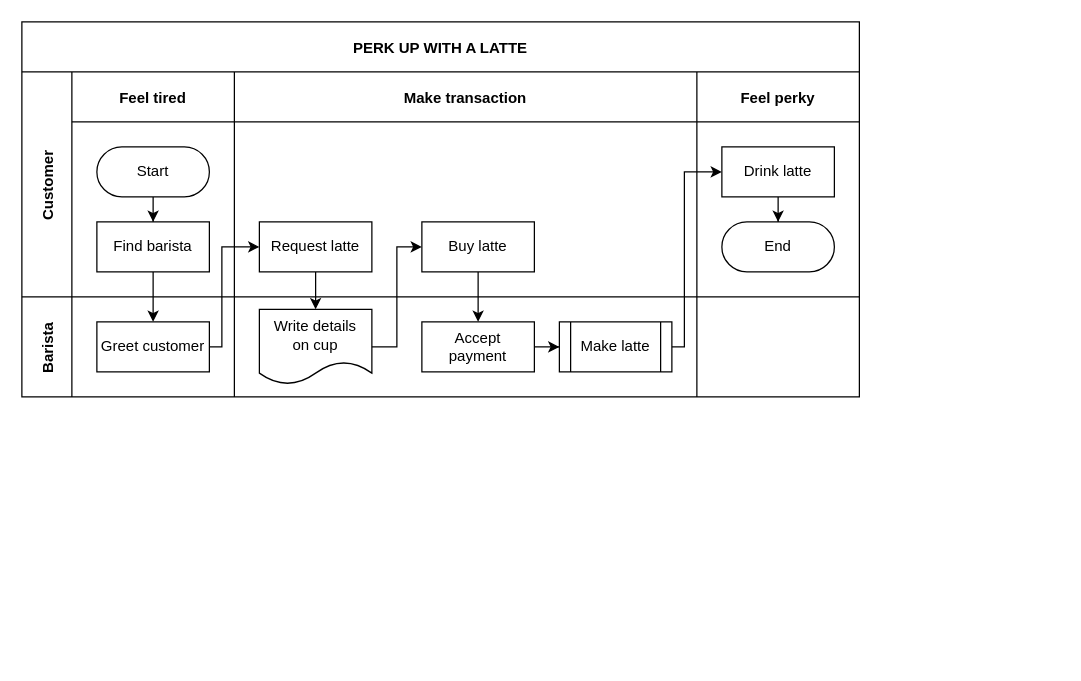
Above: wisdom-functions.drawio in joywt/drowin-folder (draw.io), before the change. Source tidied: cells renumbered, new cells numbered last; positions are measured from the earlier drawing's top-left corner, leaving out a move shared by most shapes. Both pictures are drawn from the tidied source at 125%, with x=0, y=0 at pixel (21, 21).
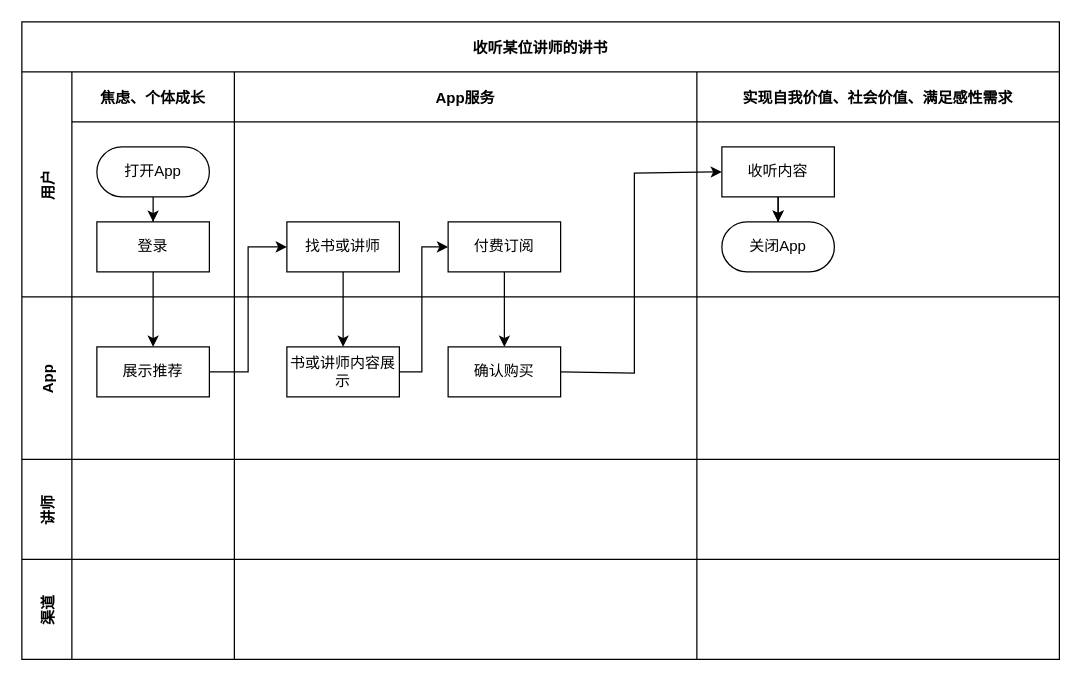
The same diagram, later.

Unchanged cells that the change refers to:
```xml
<mxCell id="17" style="swimlane;swimlaneHead=0;swimlaneBody=0;fillColor=none;startSize=0;fontStyle=1;" parent="16" vertex="1">
  <mxGeometry x="40" width="130" height="80" as="geometry" />
</mxCell>
<mxCell id="19" style="swimlane;swimlaneHead=0;swimlaneBody=0;fillColor=none;startSize=0;fontStyle=1;" parent="16" vertex="1">
  <mxGeometry x="170" width="370" height="80" as="geometry" />
</mxCell>
```

Diff of the diagram source:
```diff
@@
-    <mxCell id="2" value="PERK UP WITH A LATTE" style="shape=table;childLayout=tableLayout;startSize=40;fillColor=none;fontStyle=1;" parent="1" vertex="1">
-      <mxGeometry width="670" height="300" as="geometry" />
+    <mxCell id="2" value="收听某位讲师的讲书" style="shape=table;childLayout=tableLayout;startSize=40;fillColor=none;fontStyle=1;" parent="1" vertex="1">
+      <mxGeometry width="830" height="510" as="geometry" />
     </mxCell>
@@
-    <mxCell id="4" value="Customer" style="shape=tableRow;horizontal=0;swimlaneHead=0;swimlaneBody=0;top=0;left=0;bottom=0;right=0;fillColor=none;startSize=40;fontStyle=1;" parent="2" vertex="1">
-      <mxGeometry y="40" width="670" height="180" as="geometry" />
+    <mxCell id="4" value="用户" style="shape=tableRow;horizontal=0;swimlaneHead=0;swimlaneBody=0;top=0;left=0;bottom=0;right=0;fillColor=none;startSize=40;fontStyle=1;" parent="2" vertex="1">
+      <mxGeometry y="40" width="830" height="180" as="geometry" />
     </mxCell>
-    <mxCell id="5" value="Feel tired" style="swimlane;swimlaneHead=0;swimlaneBody=0;fillColor=none;startSize=40;fontStyle=1;" parent="4" vertex="1">
+    <mxCell id="5" value="焦虑、个体成长" style="swimlane;swimlaneHead=0;swimlaneBody=0;fillColor=none;startSize=40;fontStyle=1;" parent="4" vertex="1">
       <mxGeometry x="40" width="130" height="180" as="geometry" />
     </mxCell>
@@
-    <mxCell id="7" value="Start" style="rounded=1;whiteSpace=wrap;html=1;arcSize=50;" parent="5" vertex="1">
+    <mxCell id="7" value="打开App" style="rounded=1;whiteSpace=wrap;html=1;arcSize=50;" parent="5" vertex="1">
       <mxGeometry x="20" y="60" width="90" height="40" as="geometry" />
     </mxCell>
-    <mxCell id="8" value="Find barista" style="rounded=0;whiteSpace=wrap;html=1;" parent="5" vertex="1">
+    <mxCell id="8" value="登录" style="rounded=0;whiteSpace=wrap;html=1;" parent="5" vertex="1">
       <mxGeometry x="20" y="120" width="90" height="40" as="geometry" />
     </mxCell>
-    <mxCell id="9" value="Make transaction" style="swimlane;swimlaneHead=0;swimlaneBody=0;fillColor=none;startSize=40;fontStyle=1;" parent="4" vertex="1">
+    <mxCell id="9" value="App服务" style="swimlane;swimlaneHead=0;swimlaneBody=0;fillColor=none;startSize=40;fontStyle=1;" parent="4" vertex="1">
       <mxGeometry x="170" width="370" height="180" as="geometry" />
     </mxCell>
-    <mxCell id="10" value="Request latte" style="rounded=0;whiteSpace=wrap;html=1;" parent="9" vertex="1">
-      <mxGeometry x="20" y="120" width="90" height="40" as="geometry" />
+    <mxCell id="10" value="找书或讲师" style="rounded=0;whiteSpace=wrap;html=1;" parent="9" vertex="1">
+      <mxGeometry x="42" y="120" width="90" height="40" as="geometry" />
     </mxCell>
-    <mxCell id="11" value="Buy latte" style="rounded=0;whiteSpace=wrap;html=1;" parent="9" vertex="1">
-      <mxGeometry x="150" y="120" width="90" height="40" as="geometry" />
+    <mxCell id="11" value="付费订阅" style="rounded=0;whiteSpace=wrap;html=1;" parent="9" vertex="1">
+      <mxGeometry x="171" y="120" width="90" height="40" as="geometry" />
     </mxCell>
-    <mxCell id="12" value="Feel perky" style="swimlane;swimlaneHead=0;swimlaneBody=0;fillColor=none;startSize=40;fontStyle=1;" parent="4" vertex="1">
-      <mxGeometry x="540" width="130" height="180" as="geometry" />
+    <mxCell id="12" value="实现自我价值、社会价值、满足感性需求" style="swimlane;swimlaneHead=0;swimlaneBody=0;fillColor=none;startSize=40;fontStyle=1;" parent="4" vertex="1">
+      <mxGeometry x="540" width="290" height="180" as="geometry" />
     </mxCell>
@@
+    <mxCell id="30" style="edgeStyle=orthogonalEdgeStyle;rounded=0;jettySize=auto;html=1;" parent="12" edge="1" source="14" target="15">
+      <mxGeometry relative="1" as="geometry" />
+    </mxCell>
-    <mxCell id="14" value="Drink latte" style="rounded=0;whiteSpace=wrap;html=1;" parent="12" vertex="1">
+    <mxCell id="14" value="收听内容" style="rounded=0;whiteSpace=wrap;html=1;" parent="12" vertex="1">
       <mxGeometry x="20" y="60" width="90" height="40" as="geometry" />
     </mxCell>
-    <mxCell id="15" value="End" style="rounded=1;whiteSpace=wrap;html=1;arcSize=50;" parent="12" vertex="1">
+    <mxCell id="15" value="关闭App" style="rounded=1;whiteSpace=wrap;html=1;arcSize=50;" parent="12" vertex="1">
       <mxGeometry x="20" y="120" width="90" height="40" as="geometry" />
     </mxCell>
+    <mxCell id="31" value="App" style="shape=tableRow;horizontal=0;swimlaneHead=0;swimlaneBody=0;top=0;left=0;bottom=0;right=0;fillColor=none;startSize=40;fontStyle=1;" parent="2" vertex="1">
+      <mxGeometry y="220" width="830" height="130" as="geometry" />
+    </mxCell>
+    <mxCell id="32" style="swimlane;swimlaneHead=0;swimlaneBody=0;fillColor=none;startSize=0;fontStyle=1;" parent="31" vertex="1">
+      <mxGeometry x="40" width="130" height="130" as="geometry" />
+    </mxCell>
+    <mxCell id="18" value="展示推荐" style="rounded=0;whiteSpace=wrap;html=1;" parent="32" vertex="1">
+      <mxGeometry x="20" y="40" width="90" height="40" as="geometry" />
+    </mxCell>
+    <mxCell id="33" style="swimlane;swimlaneHead=0;swimlaneBody=0;fillColor=none;startSize=0;fontStyle=1;" parent="31" vertex="1">
+      <mxGeometry x="170" width="370" height="130" as="geometry" />
+    </mxCell>
+    <mxCell id="34" value="书或讲师内容展示" style="whiteSpace=wrap;html=1;rounded=0;" parent="33" vertex="1">
+      <mxGeometry x="42" y="40" width="90" height="40" as="geometry" />
+    </mxCell>
+    <mxCell id="35" style="swimlane;swimlaneHead=0;swimlaneBody=0;fillColor=none;startSize=0;fontStyle=1;" parent="31" vertex="1">
+      <mxGeometry x="540" width="290" height="130" as="geometry" />
+    </mxCell>
-    <mxCell id="16" value="Barista" style="shape=tableRow;horizontal=0;swimlaneHead=0;swimlaneBody=0;top=0;left=0;bottom=0;right=0;fillColor=none;startSize=40;fontStyle=1;" parent="2" vertex="1">
-      <mxGeometry y="220" width="670" height="80" as="geometry" />
+    <mxCell id="16" value="讲师" style="shape=tableRow;horizontal=0;swimlaneHead=0;swimlaneBody=0;top=0;left=0;bottom=0;right=0;fillColor=none;startSize=40;fontStyle=1;" parent="2" vertex="1">
+      <mxGeometry y="350" width="830" height="80" as="geometry" />
     </mxCell>
@@
-    <mxCell id="18" value="Greet customer" style="rounded=0;whiteSpace=wrap;html=1;" parent="17" vertex="1">
-      <mxGeometry x="20" y="20" width="90" height="40" as="geometry" />
-    </mxCell>
@@
-    <mxCell id="20" style="edgeStyle=orthogonalEdgeStyle;rounded=0;jettySize=auto;html=1;" parent="19" edge="1" source="21" target="23">
-      <mxGeometry relative="1" as="geometry" />
-    </mxCell>
-    <mxCell id="21" value="Accept&lt;br&gt;payment" style="rounded=0;whiteSpace=wrap;html=1;" parent="19" vertex="1">
-      <mxGeometry x="150" y="20" width="90" height="40" as="geometry" />
+    <mxCell id="21" value="确认购买" style="rounded=0;whiteSpace=wrap;html=1;" parent="19" vertex="1">
+      <mxGeometry x="171" y="-90" width="90" height="40" as="geometry" />
     </mxCell>
-    <mxCell id="22" value="Write details&lt;br&gt;on cup" style="shape=document;whiteSpace=wrap;html=1;boundedLbl=1;" parent="19" vertex="1">
-      <mxGeometry x="20" y="10" width="90" height="60" as="geometry" />
-    </mxCell>
-    <mxCell id="23" value="Make latte" style="shape=process;whiteSpace=wrap;html=1;backgroundOutline=1;" parent="19" vertex="1">
-      <mxGeometry x="260" y="20" width="90" height="40" as="geometry" />
-    </mxCell>
     <mxCell id="24" style="swimlane;swimlaneHead=0;swimlaneBody=0;fillColor=none;startSize=0;fontStyle=1;" parent="16" vertex="1">
-      <mxGeometry x="540" width="130" height="80" as="geometry" />
+      <mxGeometry x="540" width="290" height="80" as="geometry" />
     </mxCell>
-    <mxCell id="25" style="edgeStyle=orthogonalEdgeStyle;rounded=0;jettySize=auto;html=1;" parent="2" edge="1" source="18" target="10">
-      <mxGeometry relative="1" as="geometry">
-        <Array as="points">
-          <mxPoint x="160" y="260" />
-          <mxPoint x="160" y="180" />
-        </Array>
-      </mxGeometry>
-    </mxCell>
-    <mxCell id="26" style="edgeStyle=orthogonalEdgeStyle;rounded=0;jettySize=auto;html=1;" parent="2" edge="1" source="10" target="22">
-      <mxGeometry relative="1" as="geometry" />
-    </mxCell>
+    <mxCell id="36" value="渠道" style="shape=tableRow;horizontal=0;swimlaneHead=0;swimlaneBody=0;top=0;left=0;bottom=0;right=0;fillColor=none;startSize=40;fontStyle=1;" parent="2" vertex="1">
+      <mxGeometry y="430" width="830" height="80" as="geometry" />
+    </mxCell>
+    <mxCell id="37" style="swimlane;swimlaneHead=0;swimlaneBody=0;fillColor=none;startSize=0;fontStyle=1;" parent="36" vertex="1">
+      <mxGeometry x="40" width="130" height="80" as="geometry" />
+    </mxCell>
+    <mxCell id="38" style="swimlane;swimlaneHead=0;swimlaneBody=0;fillColor=none;startSize=0;fontStyle=1;" parent="36" vertex="1">
+      <mxGeometry x="170" width="370" height="80" as="geometry" />
+    </mxCell>
+    <mxCell id="39" style="swimlane;swimlaneHead=0;swimlaneBody=0;fillColor=none;startSize=0;fontStyle=1;" parent="36" vertex="1">
+      <mxGeometry x="540" width="290" height="80" as="geometry" />
+    </mxCell>
-    <mxCell id="27" style="edgeStyle=orthogonalEdgeStyle;rounded=0;jettySize=auto;html=1;" parent="2" edge="1" source="22" target="11">
+    <mxCell id="27" style="edgeStyle=orthogonalEdgeStyle;rounded=0;orthogonalLoop=1;jettySize=auto;html=1;startArrow=none;exitX=1;exitY=0.5;exitDx=0;exitDy=0;" parent="2" edge="1">
       <mxGeometry relative="1" as="geometry">
+        <mxPoint x="302" y="280" as="sourcePoint" />
+        <mxPoint x="341" y="180" as="targetPoint" />
         <Array as="points">
-          <mxPoint x="300" y="260" />
-          <mxPoint x="300" y="180" />
+          <mxPoint x="320" y="280" />
+          <mxPoint x="320" y="180" />
         </Array>
       </mxGeometry>
     </mxCell>
@@
-    <mxCell id="29" style="edgeStyle=orthogonalEdgeStyle;rounded=0;jettySize=auto;html=1;" parent="2" edge="1" source="23" target="14">
-      <mxGeometry relative="1" as="geometry">
-        <Array as="points">
-          <mxPoint x="530" y="260" />
-          <mxPoint x="530" y="120" />
-        </Array>
-      </mxGeometry>
-    </mxCell>
+    <mxCell id="25" style="edgeStyle=orthogonalEdgeStyle;rounded=0;jettySize=auto;html=1;entryX=0;entryY=0.5;entryDx=0;entryDy=0;" parent="2" edge="1" source="18" target="10">
+      <mxGeometry relative="1" as="geometry" />
+    </mxCell>
+    <mxCell id="40" style="edgeStyle=orthogonalEdgeStyle;rounded=0;jettySize=auto;html=1;" parent="2" edge="1" source="10" target="34">
+      <mxGeometry relative="1" as="geometry" />
+    </mxCell>
+    <mxCell id="41" style="endArrow=classic;html=1;rounded=0;exitX=1;exitY=0.5;exitDx=0;exitDy=0;entryX=0;entryY=0.5;entryDx=0;entryDy=0;" parent="2" edge="1" source="21" target="14">
+      <mxGeometry relative="1" as="geometry">
+        <Array as="points">
+          <mxPoint x="490" y="281" />
+          <mxPoint x="490" y="121" />
+        </Array>
+      </mxGeometry>
+    </mxCell>
```
